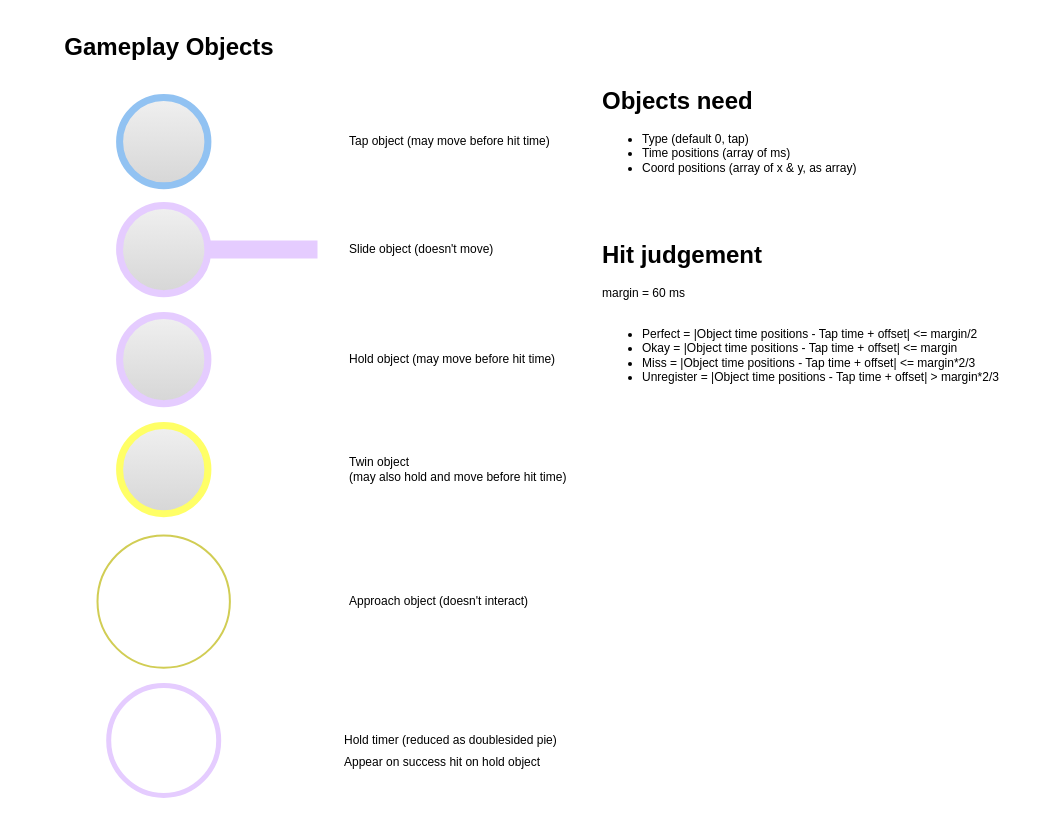
This is page "Gameplay" (2 of 2) of how it should be.drawio from azern32/osulike, a draw.io file, before an edit. Source tidied: cells renumbered, new cells numbered last; positions are measured from the earlier drawing's top-left corner, leaving out a move shared by most shapes. Both pictures are drawn from the tidied source at 100%, with x=0, y=0 at pixel (17, 17).
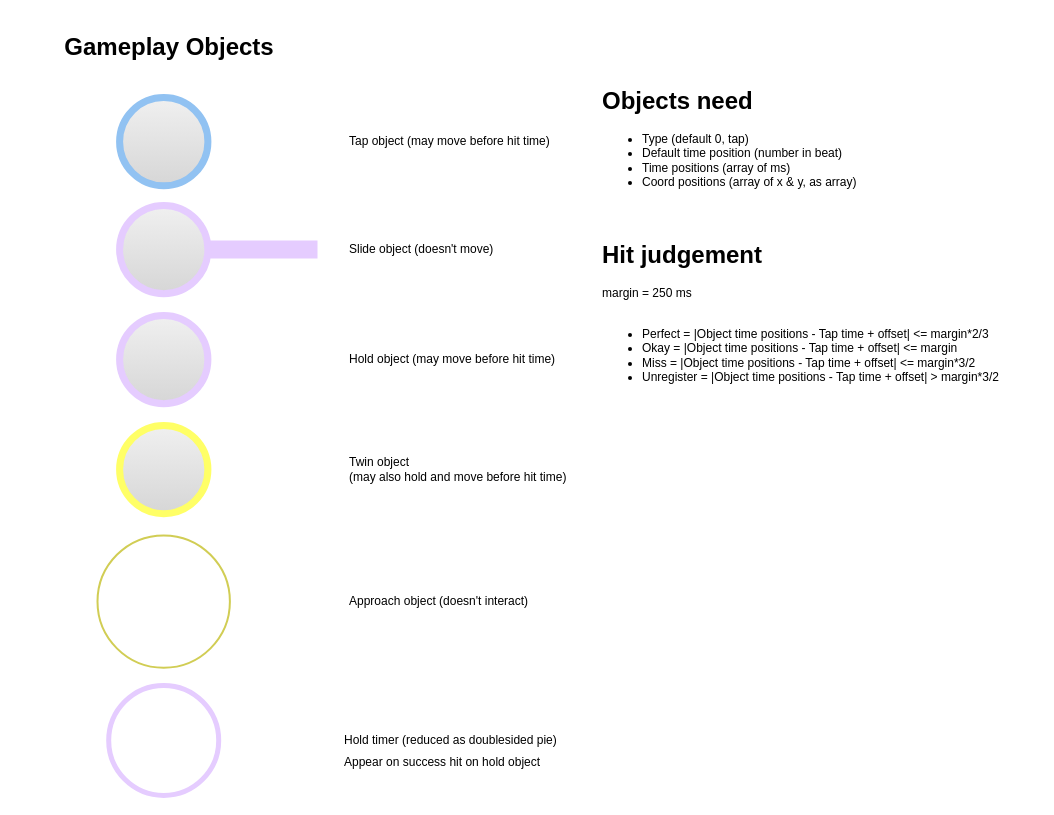
The same diagram, later.

The edit, as a diff of the source:
```diff
@@
 <mxGraphModel>
   <root>
     <mxCell id="0" />
     <mxCell id="1" parent="0" />
     <mxCell id="2" style="ellipse;whiteSpace=wrap;html=1;rounded=1;fillColor=none;strokeWidth=2;strokeColor=#D1CD54;" parent="1" vertex="1">
       <mxGeometry x="80" y="517.9" width="132.4" height="132.4" as="geometry" />
     </mxCell>
     <mxCell id="3" style="ellipse;whiteSpace=wrap;html=1;rounded=1;fillColor=#F0F0F0;strokeWidth=7;strokeColor=#91C2F2;gradientColor=#D6D6D6;" parent="1" vertex="1">
       <mxGeometry x="102.1" y="80" width="88.3" height="88.3" as="geometry" />
     </mxCell>
     <mxCell id="4" style="endArrow=none;html=1;rounded=0;strokeColor=#E5CCFF;strokeWidth=18;startArrow=none;exitX=1;exitY=0.5;exitDx=0;exitDy=0;" parent="1" edge="1" source="6">
       <mxGeometry relative="1" as="geometry">
         <mxPoint x="300" y="231.9" as="targetPoint" />
       </mxGeometry>
     </mxCell>
     <mxCell id="5" style="ellipse;whiteSpace=wrap;html=1;rounded=1;fillColor=#F0F0F0;strokeWidth=7;strokeColor=#FFFF66;gradientColor=#D6D6D6;" parent="1" vertex="1">
       <mxGeometry x="102.1" y="407.9" width="88.3" height="88.3" as="geometry" />
     </mxCell>
     <mxCell id="6" style="ellipse;whiteSpace=wrap;html=1;rounded=1;fillColor=#F0F0F0;strokeWidth=7;strokeColor=#E5CCFF;gradientColor=#D6D6D6;" parent="1" vertex="1">
       <mxGeometry x="102.1" y="187.9" width="88.3" height="88.3" as="geometry" />
     </mxCell>
     <mxCell id="7" style="ellipse;whiteSpace=wrap;html=1;rounded=1;fillColor=#F0F0F0;strokeWidth=7;strokeColor=#E5CCFF;gradientColor=#D6D6D6;" parent="1" vertex="1">
       <mxGeometry x="102.1" y="297.9" width="88.3" height="88.3" as="geometry" />
     </mxCell>
     <mxCell id="8" value="Tap object (may move before hit time)" style="text;html=1;strokeColor=none;fillColor=none;align=left;verticalAlign=middle;whiteSpace=wrap;rounded=0;fontSize=12;" parent="1" vertex="1">
       <mxGeometry x="330" y="109.1" width="210" height="30" as="geometry" />
     </mxCell>
     <mxCell id="9" value="Slide object (doesn't move)" style="text;html=1;strokeColor=none;fillColor=none;align=left;verticalAlign=middle;whiteSpace=wrap;rounded=0;fontSize=12;" parent="1" vertex="1">
       <mxGeometry x="330" y="217.1" width="200" height="30" as="geometry" />
     </mxCell>
     <mxCell id="10" value="Hold object (may move before hit time)" style="text;html=1;strokeColor=none;fillColor=none;align=left;verticalAlign=middle;whiteSpace=wrap;rounded=0;fontSize=12;" parent="1" vertex="1">
       <mxGeometry x="330" y="327.1" width="220" height="30" as="geometry" />
     </mxCell>
     <mxCell id="11" value="Twin object &lt;br&gt;(may also hold and move before hit time)" style="text;html=1;strokeColor=none;fillColor=none;align=left;verticalAlign=middle;whiteSpace=wrap;rounded=0;fontSize=12;" parent="1" vertex="1">
       <mxGeometry x="330" y="421.6" width="220" height="60.9" as="geometry" />
     </mxCell>
     <mxCell id="12" value="Approach object (doesn't interact)" style="text;html=1;strokeColor=none;fillColor=none;align=left;verticalAlign=middle;whiteSpace=wrap;rounded=0;fontSize=12;" parent="1" vertex="1">
       <mxGeometry x="330" y="569.1" width="220" height="30" as="geometry" />
     </mxCell>
     <mxCell id="13" style="ellipse;whiteSpace=wrap;html=1;rounded=1;fillColor=none;strokeWidth=5;strokeColor=#E5CCFF;" parent="1" vertex="1">
       <mxGeometry x="91.2" y="667.9" width="110" height="110" as="geometry" />
     </mxCell>
     <mxCell id="14" value="&lt;font size=&quot;1&quot; style=&quot;&quot;&gt;&lt;b style=&quot;font-size: 24px;&quot;&gt;Gameplay Objects&lt;/b&gt;&lt;/font&gt;" style="text;html=1;strokeColor=none;fillColor=none;align=center;verticalAlign=middle;whiteSpace=wrap;rounded=0;" parent="1" vertex="1">
       <mxGeometry width="304.1" height="60" as="geometry" />
     </mxCell>
     <mxCell id="15" value="Hold timer (reduced as doublesided pie)" style="text;html=1;strokeColor=none;fillColor=none;align=left;verticalAlign=middle;whiteSpace=wrap;rounded=0;fontSize=12;" parent="1" vertex="1">
       <mxGeometry x="325" y="707.9" width="220" height="30" as="geometry" />
     </mxCell>
-    <mxCell id="16" value="&lt;h1&gt;Objects need&lt;/h1&gt;&lt;p&gt;&lt;/p&gt;&lt;ul&gt;&lt;li&gt;&lt;span style=&quot;background-color: initial;&quot;&gt;Type (default 0, tap)&lt;/span&gt;&lt;/li&gt;&lt;li&gt;&lt;span style=&quot;background-color: initial;&quot;&gt;Time positions (array of ms)&lt;/span&gt;&lt;/li&gt;&lt;li&gt;Coord positions (array of x &amp;amp; y, as array)&lt;/li&gt;&lt;/ul&gt;&lt;p&gt;&lt;/p&gt;" style="text;html=1;strokeColor=none;fillColor=none;spacing=5;spacingTop=-20;whiteSpace=wrap;overflow=hidden;rounded=0;fontSize=12;" parent="1" vertex="1">
+    <mxCell id="16" value="&lt;h1&gt;Objects need&lt;/h1&gt;&lt;p&gt;&lt;/p&gt;&lt;ul&gt;&lt;li&gt;&lt;span style=&quot;background-color: initial;&quot;&gt;Type (default 0, tap)&lt;/span&gt;&lt;/li&gt;&lt;li&gt;Default time position (number in beat)&lt;/li&gt;&lt;li&gt;&lt;span style=&quot;background-color: initial;&quot;&gt;Time positions (array of ms)&lt;/span&gt;&lt;/li&gt;&lt;li&gt;Coord positions (array of x &amp;amp; y, as array)&lt;/li&gt;&lt;/ul&gt;&lt;p&gt;&lt;/p&gt;" style="text;html=1;strokeColor=none;fillColor=none;spacing=5;spacingTop=-20;whiteSpace=wrap;overflow=hidden;rounded=0;fontSize=12;" parent="1" vertex="1">
       <mxGeometry x="580" y="64.1" width="290" height="125.9" as="geometry" />
     </mxCell>
     <mxCell id="17" value="Appear on success hit on hold object" style="text;html=1;strokeColor=none;fillColor=none;align=left;verticalAlign=middle;whiteSpace=wrap;rounded=0;fontSize=12;" parent="1" vertex="1">
       <mxGeometry x="325" y="730" width="220" height="30" as="geometry" />
     </mxCell>
-    <mxCell id="18" value="&lt;h1&gt;Hit judgement&lt;/h1&gt;&lt;div&gt;&lt;span style=&quot;&quot;&gt;&#9;&lt;/span&gt;margin = 60 ms&lt;br&gt;&lt;/div&gt;&lt;div&gt;&lt;br&gt;&lt;/div&gt;&lt;ul&gt;&lt;li&gt;Perfect = |Object time positions - Tap time + offset| &amp;lt;= margin/2&lt;/li&gt;&lt;li&gt;Okay = |Object time positions - Tap time + offset| &amp;lt;= margin&lt;/li&gt;&lt;li&gt;Miss = |Object time positions - Tap time + offset| &amp;lt;= margin*2/3&lt;/li&gt;&lt;li&gt;Unregister = |Object time positions - Tap time + offset| &amp;gt; margin*2/3&lt;/li&gt;&lt;/ul&gt;&lt;p&gt;&lt;/p&gt;" style="text;html=1;strokeColor=none;fillColor=none;spacing=5;spacingTop=-20;whiteSpace=wrap;overflow=hidden;rounded=0;fontSize=12;" parent="1" vertex="1">
+    <mxCell id="18" value="&lt;h1&gt;Hit judgement&lt;/h1&gt;&lt;div&gt;&lt;span style=&quot;&quot;&gt;&#9;&lt;/span&gt;margin = 250 ms&lt;br&gt;&lt;/div&gt;&lt;div&gt;&lt;br&gt;&lt;/div&gt;&lt;ul&gt;&lt;li&gt;Perfect = |Object time positions - Tap time + offset| &amp;lt;= margin*2/3&lt;/li&gt;&lt;li&gt;Okay = |Object time positions - Tap time + offset| &amp;lt;= margin&lt;/li&gt;&lt;li&gt;Miss = |Object time positions - Tap time + offset| &amp;lt;= margin*3/2&lt;/li&gt;&lt;li&gt;Unregister = |Object time positions - Tap time + offset| &amp;gt; margin*3/2&lt;/li&gt;&lt;/ul&gt;&lt;p&gt;&lt;/p&gt;" style="text;html=1;strokeColor=none;fillColor=none;spacing=5;spacingTop=-20;whiteSpace=wrap;overflow=hidden;rounded=0;fontSize=12;" parent="1" vertex="1">
       <mxGeometry x="580" y="218.1" width="440" height="151.9" as="geometry" />
     </mxCell>
   </root>
 </mxGraphModel>
```
